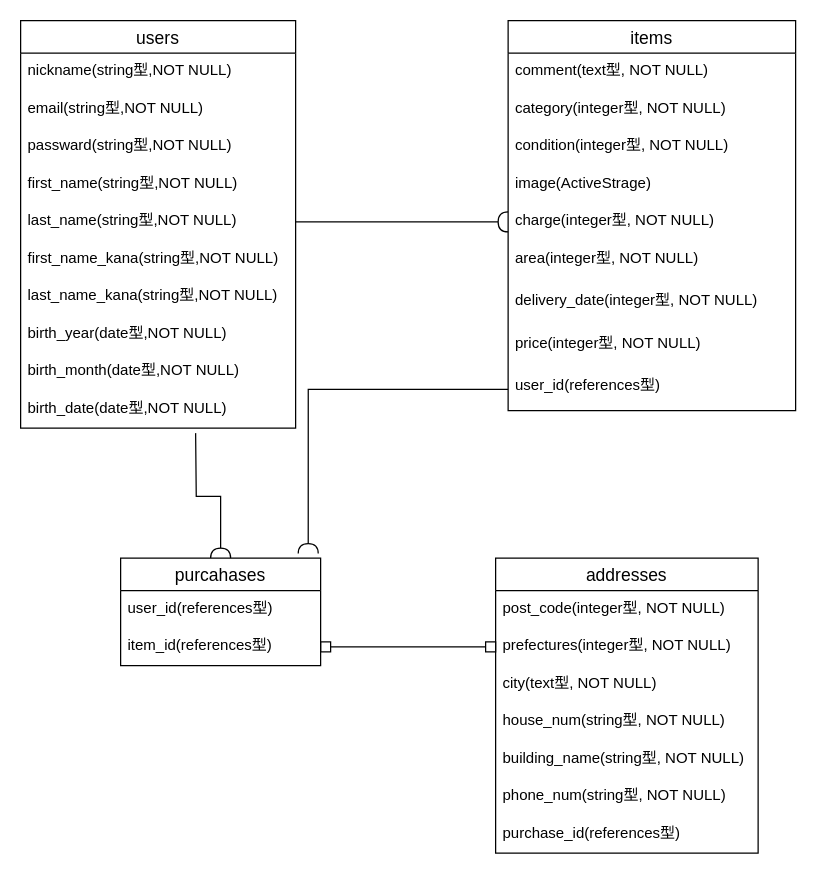
Earlier version of the draw.io diagram furima.dio (hajime-ITsyacho/furima-30445). Source tidied: cells renumbered, new cells numbered last; positions are measured from the earlier drawing's top-left corner, leaving out a move shared by most shapes. Both pictures are drawn from the tidied source at 125%, with x=0, y=0 at pixel (20, 20).
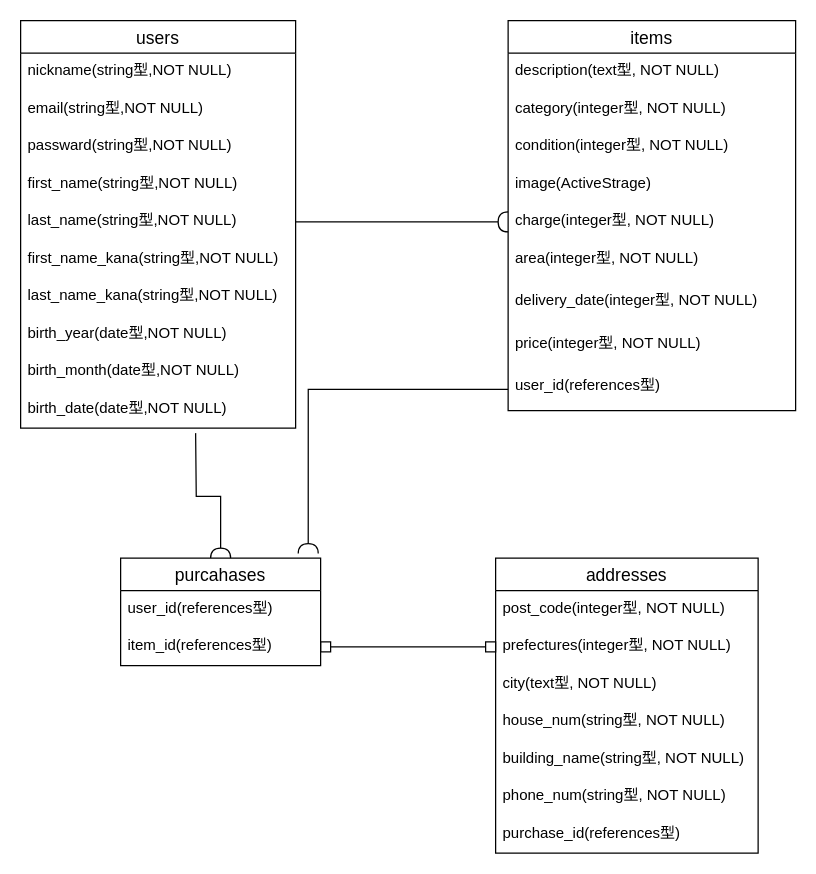
After the change.

The change refers to these unchanged cells:
```xml
<mxCell id="13" value="items" style="swimlane;fontStyle=0;horizontal=1;startSize=26;align=center;fontSize=14;" parent="1" vertex="1">
  <mxGeometry x="390" width="230" height="312" as="geometry" />
</mxCell>
```

Change to the diagram source:
```diff
@@
-    <mxCell id="14" value="comment(text型, NOT NULL)" style="text;strokeColor=none;fillColor=none;spacingLeft=4;spacingRight=4;overflow=hidden;fontSize=12;" parent="13" vertex="1">
+    <mxCell id="14" value="description(text型, NOT NULL)" style="text;strokeColor=none;fillColor=none;spacingLeft=4;spacingRight=4;overflow=hidden;fontSize=12;" parent="13" vertex="1">
       <mxGeometry y="26" width="230" height="30" as="geometry" />
     </mxCell>
```
